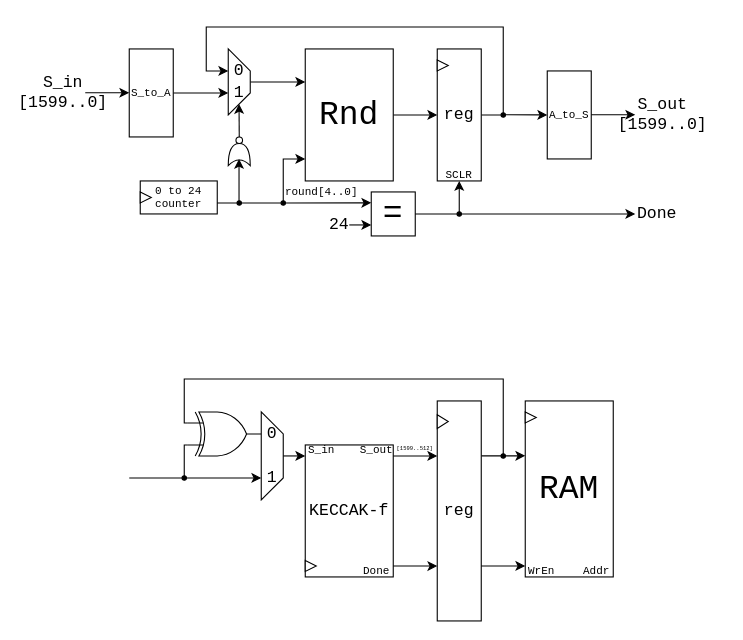
Earlier version of the draw.io diagram KECCAK.drawio (NTP17/SHAKE256_sv). Source tidied: cells renumbered, new cells numbered last; positions are measured from the earlier drawing's top-left corner, leaving out a move shared by most shapes. Both pictures are drawn from the tidied source at 110%, with x=0, y=0 at pixel (41, 26).
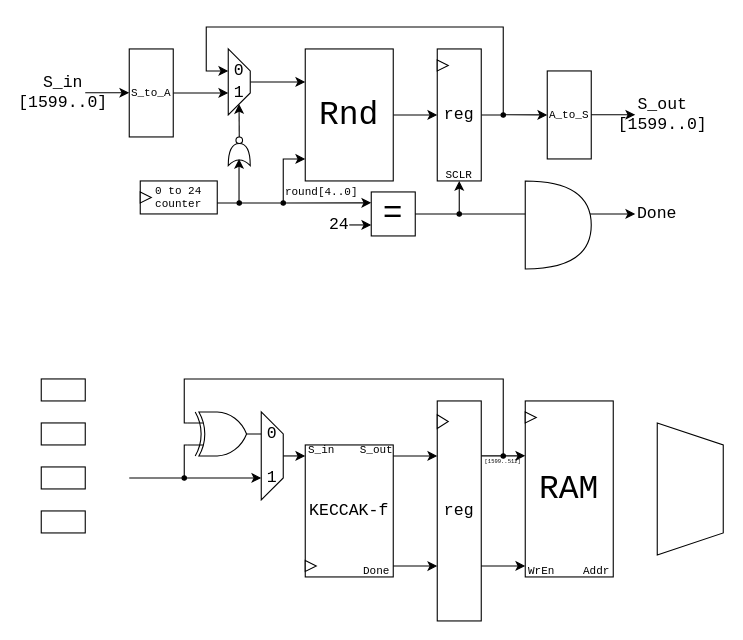
The same page after the edit.

The edit, as a diff of the source:
```diff
@@
     <mxCell id="74" value="[1599..512]" style="text;strokeColor=none;align=center;fillColor=none;html=1;verticalAlign=middle;whiteSpace=wrap;rounded=0;fontFamily=Courier New;fontSize=5;" parent="1" vertex="1">
-      <mxGeometry x="320" y="378" width="40" height="10" as="geometry" />
+      <mxGeometry x="400" y="390" width="40" height="10" as="geometry" />
     </mxCell>
+    <mxCell id="75" style="shape=or;whiteSpace=wrap;html=1;" parent="1" vertex="1">
+      <mxGeometry x="440" y="140" width="60" height="80" as="geometry" />
+    </mxCell>
+    <mxCell id="76" style="rounded=0;whiteSpace=wrap;html=1;" parent="1" vertex="1">
+      <mxGeometry y="320" width="40" height="20" as="geometry" />
+    </mxCell>
+    <mxCell id="77" style="rounded=0;whiteSpace=wrap;html=1;" parent="1" vertex="1">
+      <mxGeometry y="360" width="40" height="20" as="geometry" />
+    </mxCell>
+    <mxCell id="78" style="rounded=0;whiteSpace=wrap;html=1;" parent="1" vertex="1">
+      <mxGeometry y="400" width="40" height="20" as="geometry" />
+    </mxCell>
+    <mxCell id="79" style="rounded=0;whiteSpace=wrap;html=1;" parent="1" vertex="1">
+      <mxGeometry y="440" width="40" height="20" as="geometry" />
+    </mxCell>
+    <mxCell id="80" style="shape=trapezoid;perimeter=trapezoidPerimeter;whiteSpace=wrap;html=1;fixedSize=1;rotation=90;" parent="1" vertex="1">
+      <mxGeometry x="530" y="390" width="120" height="60" as="geometry" />
+    </mxCell>
```
